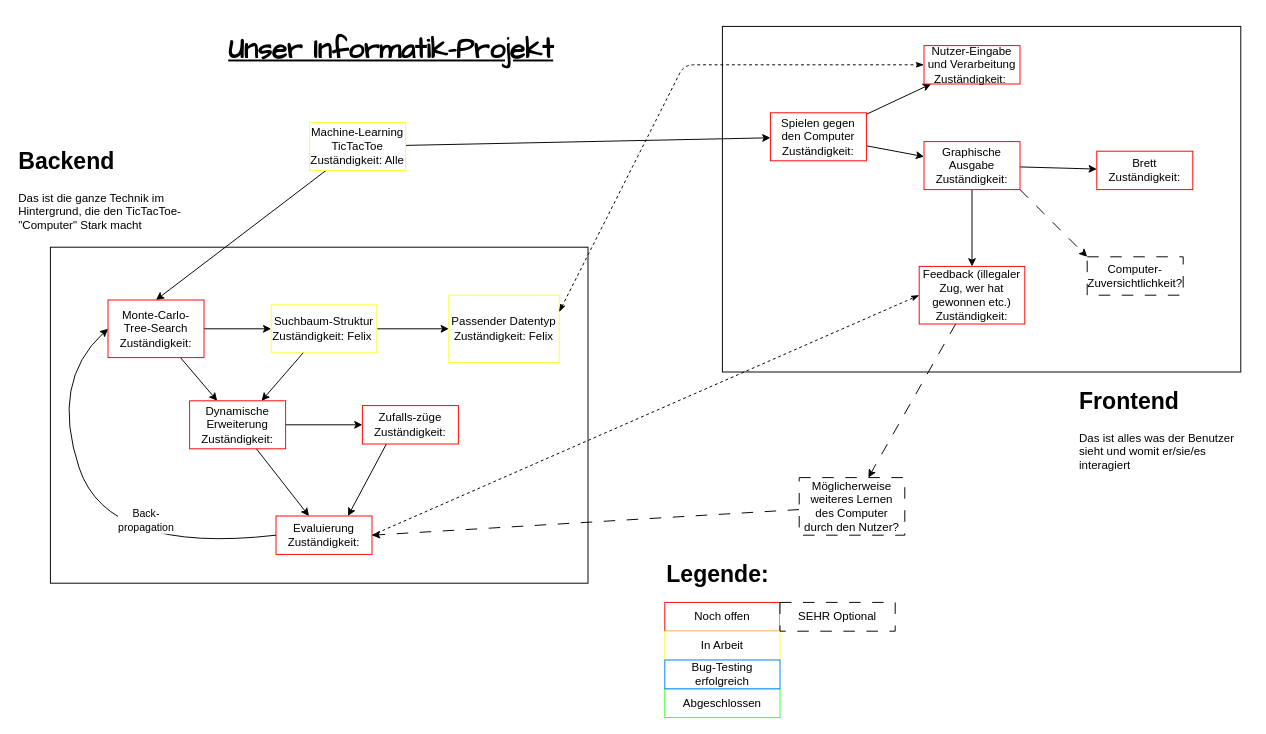
The draw.io diagram Organigramm.drawio in FranzImsch/mcts-tic-tac-toe, before the edit. Source tidied: cells renumbered, new cells numbered last; positions are measured from the earlier drawing's top-left corner, leaving out a move shared by most shapes. Both pictures are drawn from the tidied source at 96%, with x=0, y=0 at pixel (16, 16).
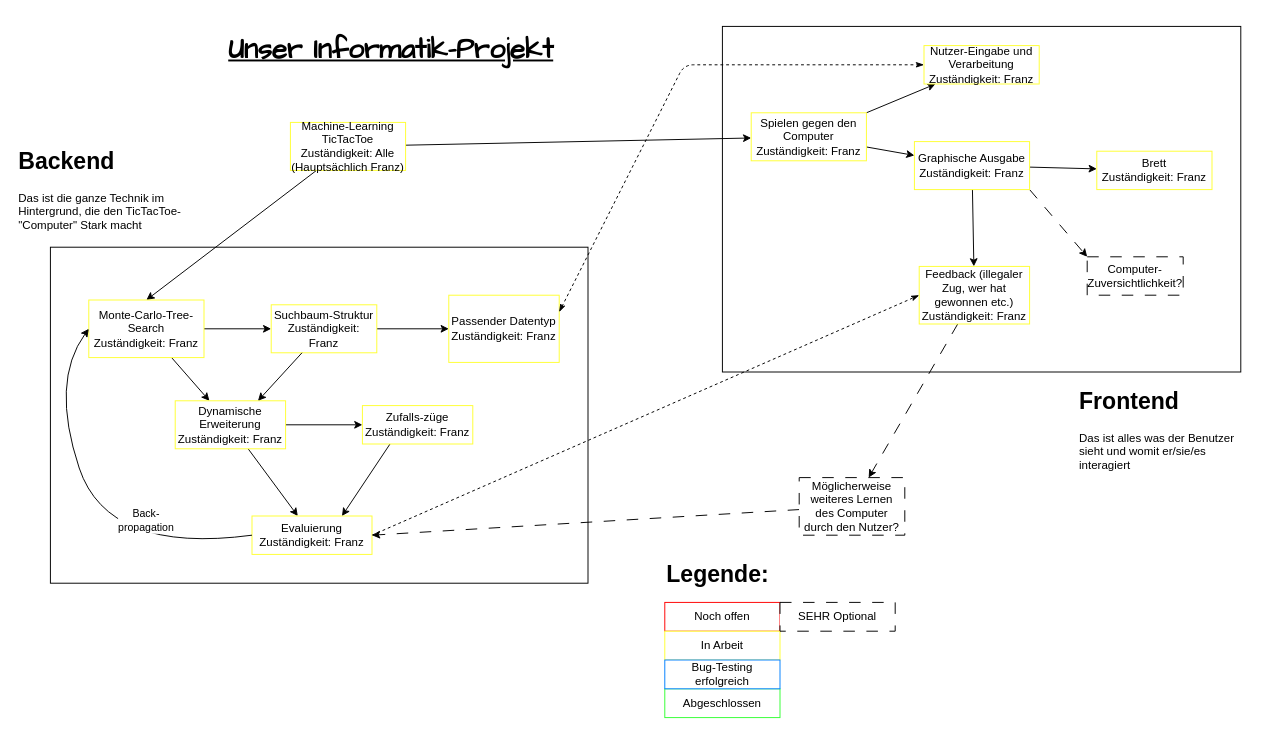
The same page after the edit.

Commit message (it also covers changes not shown here):
Organigramm angepasst, kleine Änderungen an der board-klasse

What changed in the source:
```diff
@@
-    <mxCell id="8" value="Machine-Learning&lt;div&gt;TicTacToe&lt;/div&gt;&lt;div&gt;Zuständigkeit: Alle&lt;/div&gt;" style="whiteSpace=wrap;html=1;align=center;strokeColor=#FFFF33;" parent="1" vertex="1">
-      <mxGeometry x="305" y="110" width="100" height="50" as="geometry" />
+    <mxCell id="8" value="Machine-Learning&lt;div&gt;TicTacToe&lt;/div&gt;&lt;div&gt;Zuständigkeit: Alle&lt;/div&gt;&lt;div&gt;(Hauptsächlich Franz)&lt;/div&gt;" style="whiteSpace=wrap;html=1;align=center;strokeColor=#FFFF33;" parent="1" vertex="1">
+      <mxGeometry x="285" y="110" width="120" height="50" as="geometry" />
     </mxCell>
@@
-    <mxCell id="11" value="Monte-Carlo-Tree-Search&lt;div&gt;Zuständigkeit:&lt;/div&gt;" style="whiteSpace=wrap;html=1;align=center;strokeColor=#FF0000;" parent="1" vertex="1">
-      <mxGeometry x="95" y="295" width="100" height="60" as="geometry" />
+    <mxCell id="11" value="Monte-Carlo-Tree-Search&lt;div&gt;Zuständigkeit: Franz&lt;/div&gt;" style="whiteSpace=wrap;html=1;align=center;strokeColor=#FFFF33;" parent="1" vertex="1">
+      <mxGeometry x="75" y="295" width="120" height="60" as="geometry" />
     </mxCell>
@@
-    <mxCell id="13" value="Suchbaum-Struktur&lt;div&gt;Zuständigkeit: Felix&amp;nbsp;&lt;/div&gt;" style="whiteSpace=wrap;html=1;align=center;strokeColor=#FFFF33;" parent="1" vertex="1">
+    <mxCell id="13" value="Suchbaum-Struktur&lt;div&gt;Zuständigkeit: Franz&lt;/div&gt;" style="whiteSpace=wrap;html=1;align=center;strokeColor=#FFFF33;" parent="1" vertex="1">
       <mxGeometry x="265" y="300" width="110" height="50" as="geometry" />
     </mxCell>
-    <mxCell id="14" value="Passender Datentyp&lt;div&gt;Zuständigkeit: Felix&lt;/div&gt;" style="whiteSpace=wrap;html=1;align=center;strokeColor=#FFFF33;" parent="1" vertex="1">
+    <mxCell id="14" value="Passender Datentyp&lt;div&gt;Zuständigkeit: Franz&lt;/div&gt;" style="whiteSpace=wrap;html=1;align=center;strokeColor=#FFFF33;" parent="1" vertex="1">
       <mxGeometry x="450" y="290" width="115" height="70" as="geometry" />
     </mxCell>
@@
-    <mxCell id="17" value="Dynamische Erweiterung&lt;div&gt;Zuständigkeit:&lt;/div&gt;" style="whiteSpace=wrap;html=1;align=center;strokeColor=#FF0000;" parent="1" vertex="1">
-      <mxGeometry x="180" y="400" width="100" height="50" as="geometry" />
+    <mxCell id="17" value="Dynamische Erweiterung&lt;div&gt;Zuständigkeit: Franz&lt;/div&gt;" style="whiteSpace=wrap;html=1;align=center;strokeColor=#FFFF33;" parent="1" vertex="1">
+      <mxGeometry x="165" y="400" width="115" height="50" as="geometry" />
     </mxCell>
@@
-    <mxCell id="19" value="Evaluierung&lt;div&gt;Zuständigkeit:&lt;/div&gt;" style="whiteSpace=wrap;html=1;align=center;strokeColor=#FF0000;" parent="1" vertex="1">
-      <mxGeometry x="270" y="520" width="100" height="40" as="geometry" />
+    <mxCell id="19" value="Evaluierung&lt;div&gt;Zuständigkeit: Franz&lt;/div&gt;" style="whiteSpace=wrap;html=1;align=center;strokeColor=#FFFF33;" parent="1" vertex="1">
+      <mxGeometry x="245" y="520" width="125" height="40" as="geometry" />
     </mxCell>
@@
-    <mxCell id="21" value="Zufalls-züge&lt;div&gt;Zuständigkeit:&lt;/div&gt;" style="whiteSpace=wrap;html=1;align=center;strokeColor=#FF0000;" parent="1" vertex="1">
-      <mxGeometry x="360" y="405" width="100" height="40" as="geometry" />
+    <mxCell id="21" value="Zufalls-züge&lt;div&gt;Zuständigkeit: Franz&lt;/div&gt;" style="whiteSpace=wrap;html=1;align=center;strokeColor=#FFFF33;" parent="1" vertex="1">
+      <mxGeometry x="360" y="405" width="115" height="40" as="geometry" />
     </mxCell>
@@
-    <mxCell id="26" value="Spielen gegen den Computer&lt;div&gt;Zuständigkeit:&lt;/div&gt;" style="whiteSpace=wrap;html=1;align=center;strokeColor=#FF0000;" parent="1" vertex="1">
-      <mxGeometry x="785" y="100" width="100" height="50" as="geometry" />
+    <mxCell id="26" value="Spielen gegen den Computer&lt;div&gt;Zuständigkeit: Franz&lt;/div&gt;" style="whiteSpace=wrap;html=1;align=center;strokeColor=#FFFF33;" parent="1" vertex="1">
+      <mxGeometry x="765" y="100" width="120" height="50" as="geometry" />
     </mxCell>
-    <mxCell id="27" value="Nutzer-Eingabe und Verarbeitung&lt;div&gt;Zuständigkeit:&amp;nbsp;&lt;/div&gt;" style="whiteSpace=wrap;html=1;align=center;strokeColor=#FF0000;" parent="1" vertex="1">
-      <mxGeometry x="945" y="30" width="100" height="40" as="geometry" />
+    <mxCell id="27" value="Nutzer-Eingabe und Verarbeitung&lt;div&gt;Zuständigkeit: Franz&lt;/div&gt;" style="whiteSpace=wrap;html=1;align=center;strokeColor=#FFFF33;" parent="1" vertex="1">
+      <mxGeometry x="945" y="30" width="120" height="40" as="geometry" />
     </mxCell>
@@
-    <mxCell id="32" value="Graphische Ausgabe&lt;div&gt;Zuständigkeit:&lt;/div&gt;" style="whiteSpace=wrap;html=1;align=center;strokeColor=#FF0000;" parent="1" vertex="1">
-      <mxGeometry x="945" y="130" width="100" height="50" as="geometry" />
+    <mxCell id="32" value="Graphische Ausgabe&lt;div&gt;Zuständigkeit: Franz&lt;/div&gt;" style="whiteSpace=wrap;html=1;align=center;strokeColor=#FFFF33;" parent="1" vertex="1">
+      <mxGeometry x="935" y="130" width="120" height="50" as="geometry" />
     </mxCell>
-    <mxCell id="33" value="Brett&lt;div&gt;Zuständigkeit:&lt;/div&gt;" style="whiteSpace=wrap;html=1;align=center;strokeColor=#FF0000;" parent="1" vertex="1">
-      <mxGeometry x="1125" y="140" width="100" height="40" as="geometry" />
+    <mxCell id="33" value="Brett&lt;div&gt;Zuständigkeit: Franz&lt;/div&gt;" style="whiteSpace=wrap;html=1;align=center;strokeColor=#FFFF33;" parent="1" vertex="1">
+      <mxGeometry x="1125" y="140" width="120" height="40" as="geometry" />
     </mxCell>
@@
-    <mxCell id="35" value="Feedback (illegaler Zug, wer hat gewonnen etc.)&lt;div&gt;Zuständigkeit:&lt;/div&gt;" style="whiteSpace=wrap;html=1;align=center;strokeColor=#FF0000;" parent="1" vertex="1">
-      <mxGeometry x="940" y="260" width="110" height="60" as="geometry" />
+    <mxCell id="35" value="Feedback (illegaler Zug, wer hat gewonnen etc.)&lt;div&gt;Zuständigkeit: Franz&lt;/div&gt;" style="whiteSpace=wrap;html=1;align=center;strokeColor=#FFFF33;" parent="1" vertex="1">
+      <mxGeometry x="940" y="260" width="115" height="60" as="geometry" />
     </mxCell>
```
